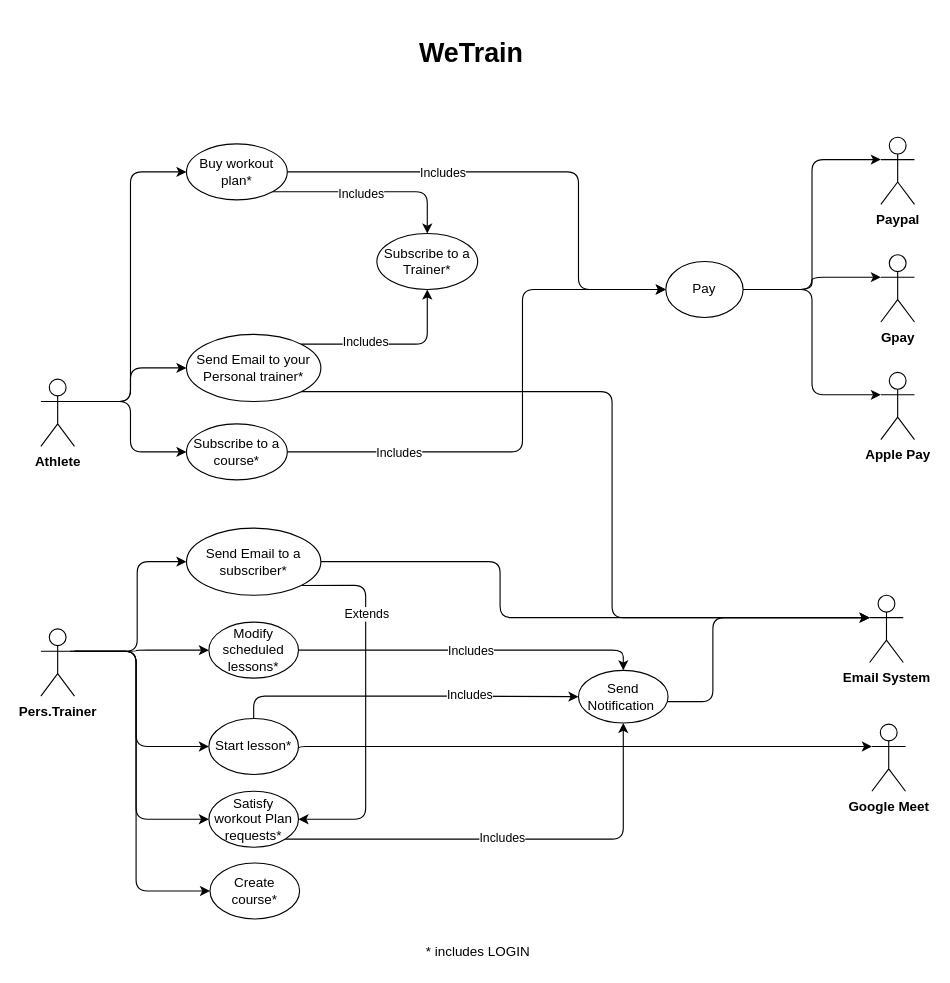
Before: UCdiagram.drawio in Bobbarello00/WeTrain, a draw.io diagram. Source tidied: cells renumbered, new cells numbered last; positions are measured from the earlier drawing's top-left corner, leaving out a move shared by most shapes. Both pictures are drawn from the tidied source at 112%, with x=0, y=0 at pixel (40, 25).
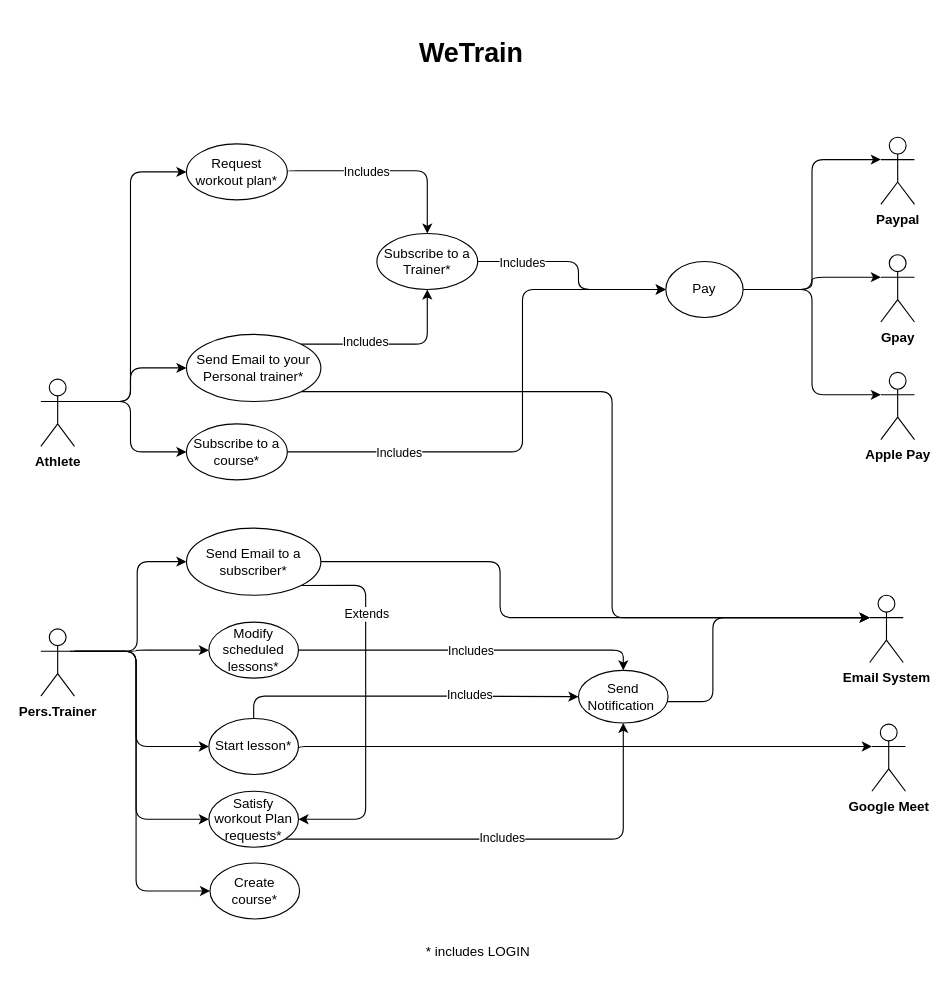
After the change.

Unchanged cells that the change refers to:
```xml
<mxCell id="39" value="Pay" style="ellipse;whiteSpace=wrap;html=1;rounded=1;" parent="1" vertex="1">
  <mxGeometry x="558" y="211" width="69" height="50" as="geometry" />
</mxCell>
<mxCell id="48" value="Subscribe to a Trainer*" style="ellipse;whiteSpace=wrap;html=1;rounded=1;" parent="1" vertex="1">
  <mxGeometry x="300" y="186" width="90" height="50" as="geometry" />
</mxCell>
```

Change to the diagram source:
```diff
@@
-    <mxCell id="28" style="edgeStyle=orthogonalEdgeStyle;rounded=1;jettySize=auto;html=1;exitX=1;exitY=0.5;exitDx=0;exitDy=0;entryX=0;entryY=0.5;entryDx=0;entryDy=0;" parent="1" edge="1" source="32" target="39">
+    <mxCell id="28" style="edgeStyle=orthogonalEdgeStyle;rounded=1;jettySize=auto;html=1;exitX=1;exitY=0.5;exitDx=0;exitDy=0;entryX=0;entryY=0.5;entryDx=0;entryDy=0;" parent="1" edge="1" source="48" target="39">
       <mxGeometry relative="1" as="geometry">
         <Array as="points">
-          <mxPoint x="480" y="131" />
+          <mxPoint x="480" y="211" />
           <mxPoint x="480" y="236" />
         </Array>
       </mxGeometry>
     </mxCell>
     <mxCell id="29" value="Includes" style="edgeLabel;html=1;align=center;verticalAlign=middle;rounded=1;" parent="28" vertex="1">
       <mxGeometry x="-0.76" relative="1" as="geometry">
-        <mxPoint x="85" as="offset" />
+        <mxPoint x="16" as="offset" />
       </mxGeometry>
     </mxCell>
-    <mxCell id="30" style="edgeStyle=orthogonalEdgeStyle;rounded=1;jettySize=auto;html=1;exitX=1;exitY=1;exitDx=0;exitDy=0;entryX=0.5;entryY=0;entryDx=0;entryDy=0;" parent="1" edge="1" source="32" target="48">
+    <mxCell id="30" style="edgeStyle=orthogonalEdgeStyle;rounded=1;jettySize=auto;html=1;exitX=1;exitY=0.5;exitDx=0;exitDy=0;entryX=0.5;entryY=0;entryDx=0;entryDy=0;" parent="1" edge="1" source="32" target="48">
       <mxGeometry relative="1" as="geometry">
         <Array as="points">
-          <mxPoint x="345" y="149" />
+          <mxPoint x="220" y="130" />
+          <mxPoint x="345" y="130" />
         </Array>
       </mxGeometry>
     </mxCell>
     <mxCell id="31" value="Includes" style="edgeLabel;html=1;align=center;verticalAlign=middle;rounded=1;" parent="30" vertex="1">
       <mxGeometry x="-0.1" y="-1" relative="1" as="geometry">
-        <mxPoint y="1" as="offset" />
+        <mxPoint x="-11" y="-1" as="offset" />
       </mxGeometry>
     </mxCell>
-    <mxCell id="32" value="Buy workout plan*" style="ellipse;whiteSpace=wrap;html=1;rounded=1;" parent="1" vertex="1">
+    <mxCell id="32" value="Request workout plan*" style="ellipse;whiteSpace=wrap;html=1;rounded=1;" parent="1" vertex="1">
       <mxGeometry x="130" y="106" width="90" height="50" as="geometry" />
     </mxCell>
```
